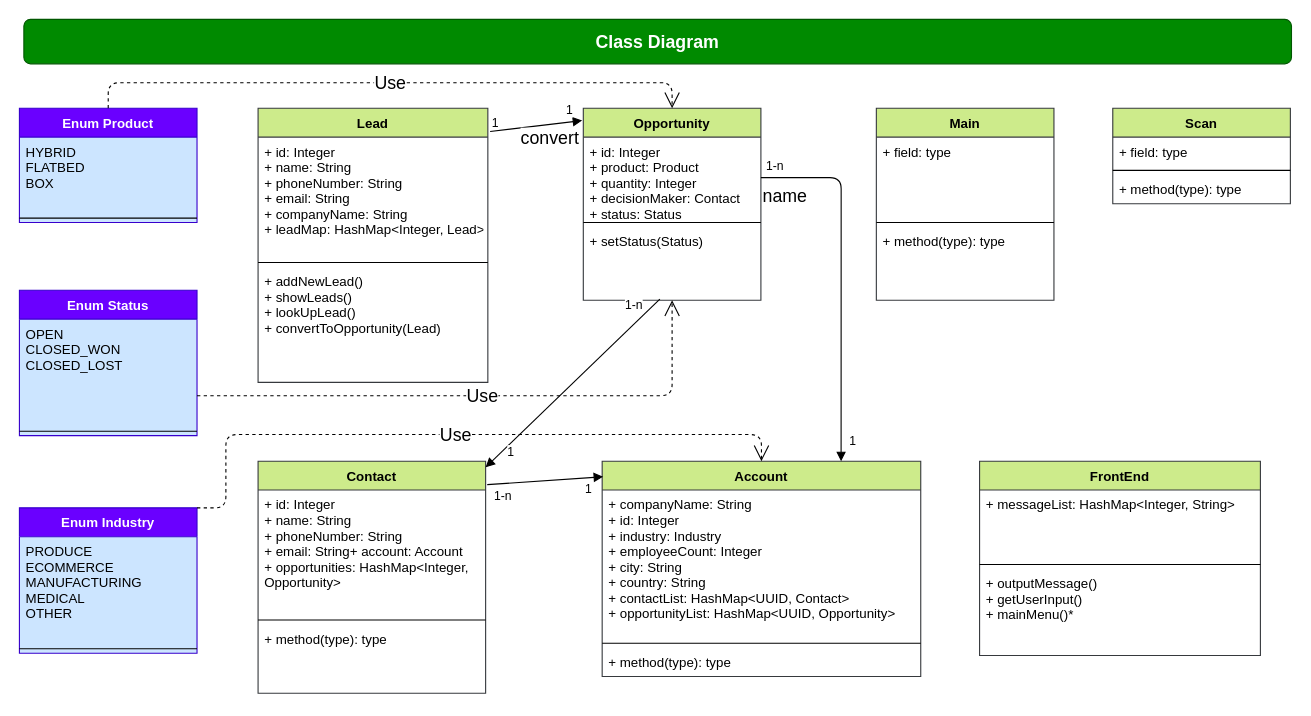
Above: docs/ClassDiagram_CRM.drawio in kemilk/leanCRM (draw.io), before the change. Source tidied: cells renumbered, new cells numbered last; positions are measured from the earlier drawing's top-left corner, leaving out a move shared by most shapes. Both pictures are drawn from the tidied source at 111%, with x=0, y=0 at pixel (19, 19).
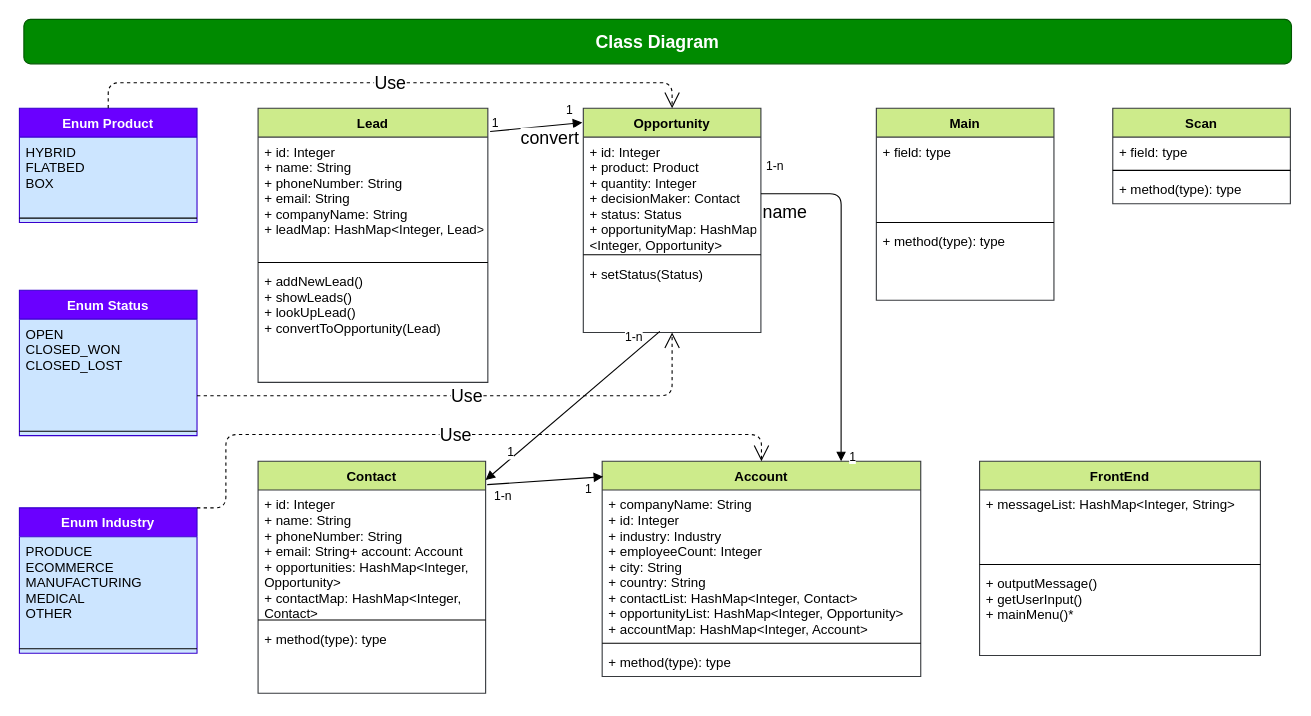
Above is the later version.

Unchanged cells that the change refers to:
```xml
<mxCell id="6" value="Contact" style="swimlane;fontStyle=1;align=center;verticalAlign=top;horizontal=1;startSize=26;fillColor=#cdeb8b;strokeColor=#36393d;" parent="1" vertex="1">
  <mxGeometry x="215" y="398" width="205" height="209" as="geometry" />
</mxCell>
<mxCell id="17" value="Account" style="swimlane;fontStyle=1;align=center;verticalAlign=top;horizontal=1;startSize=26;fillColor=#cdeb8b;strokeColor=#36393d;" parent="1" vertex="1">
  <mxGeometry x="525" y="398" width="287" height="194" as="geometry" />
</mxCell>
```

The edit, as a diff of the source:
```diff
@@
-    <mxCell id="7" value="+ id: Integer&#10;+ name: String&#10;+ phoneNumber: String&#10;+ email: String+ account: Account&#10;+ opportunities: HashMap&lt;Integer,&#10;Opportunity&gt;&#10;&#10;&#10;&#10;" style="text;strokeColor=none;fillColor=none;align=left;verticalAlign=top;spacingLeft=4;spacingRight=4;overflow=hidden;" parent="6" vertex="1">
+    <mxCell id="7" value="+ id: Integer&#10;+ name: String&#10;+ phoneNumber: String&#10;+ email: String+ account: Account&#10;+ opportunities: HashMap&lt;Integer,&#10;Opportunity&gt;&#10;+ contactMap: HashMap&lt;Integer,&#10;Contact&gt;&#10;&#10;&#10;&#10;" style="text;strokeColor=none;fillColor=none;align=left;verticalAlign=top;spacingLeft=4;spacingRight=4;overflow=hidden;" parent="6" vertex="1">
       <mxGeometry y="26" width="205" height="113" as="geometry" />
     </mxCell>
@@
-    <mxCell id="18" value="+ companyName: String&#10;+ id: Integer&#10;+ industry: Industry&#10;+ employeeCount: Integer&#10;+ city: String&#10;+ country: String&#10;+ contactList: HashMap&lt;UUID, Contact&gt;&#10;+ opportunityList: HashMap&lt;UUID, Opportunity&gt;&#10;&#10;&#10;" style="text;strokeColor=none;fillColor=none;align=left;verticalAlign=top;spacingLeft=4;spacingRight=4;overflow=hidden;" parent="17" vertex="1">
+    <mxCell id="18" value="+ companyName: String&#10;+ id: Integer&#10;+ industry: Industry&#10;+ employeeCount: Integer&#10;+ city: String&#10;+ country: String&#10;+ contactList: HashMap&lt;Integer, Contact&gt;&#10;+ opportunityList: HashMap&lt;Integer, Opportunity&gt;&#10;+ accountMap: HashMap&lt;Integer, Account&gt;&#10;&#10;&#10;" style="text;strokeColor=none;fillColor=none;align=left;verticalAlign=top;spacingLeft=4;spacingRight=4;overflow=hidden;" parent="17" vertex="1">
       <mxGeometry y="26" width="287" height="134" as="geometry" />
     </mxCell>
@@
     <mxCell id="36" value="Opportunity" style="swimlane;fontStyle=1;align=center;verticalAlign=top;horizontal=1;startSize=26;fillColor=#cdeb8b;strokeColor=#36393d;" parent="1" vertex="1">
-      <mxGeometry x="508" y="80" width="160" height="173" as="geometry" />
+      <mxGeometry x="508" y="80" width="160" height="202" as="geometry" />
     </mxCell>
-    <mxCell id="37" value="+ id: Integer&#10;+ product: Product&#10;+ quantity: Integer&#10;+ decisionMaker: Contact&#10;+ status: Status&#10;&#10;&#10;" style="text;strokeColor=none;fillColor=none;align=left;verticalAlign=top;spacingLeft=4;spacingRight=4;overflow=hidden;points=[[0,0.5],[1,0.5]];portConstraint=eastwest;" parent="36" vertex="1">
-      <mxGeometry y="26" width="160" height="73" as="geometry" />
+    <mxCell id="37" value="+ id: Integer&#10;+ product: Product&#10;+ quantity: Integer&#10;+ decisionMaker: Contact&#10;+ status: Status&#10;+ opportunityMap: HashMap&#10;&lt;Integer, Opportunity&gt;&#10;&#10;&#10;&#10;" style="text;strokeColor=none;fillColor=none;align=left;verticalAlign=top;spacingLeft=4;spacingRight=4;overflow=hidden;points=[[0,0.5],[1,0.5]];portConstraint=eastwest;" parent="36" vertex="1">
+      <mxGeometry y="26" width="160" height="102" as="geometry" />
     </mxCell>
     <mxCell id="38" style="line;strokeWidth=1;fillColor=none;align=left;verticalAlign=middle;spacingTop=-1;spacingLeft=3;spacingRight=3;labelPosition=right;" parent="36" vertex="1">
-      <mxGeometry y="99" width="160" height="8" as="geometry" />
+      <mxGeometry y="128" width="160" height="8" as="geometry" />
     </mxCell>
     <mxCell id="39" value="+ setStatus(Status)" style="text;strokeColor=none;fillColor=none;align=left;verticalAlign=top;spacingLeft=4;spacingRight=4;overflow=hidden;points=[[0,0.5],[1,0.5]];portConstraint=eastwest;" parent="36" vertex="1">
-      <mxGeometry y="107" width="160" height="66" as="geometry" />
+      <mxGeometry y="136" width="160" height="66" as="geometry" />
     </mxCell>
```
